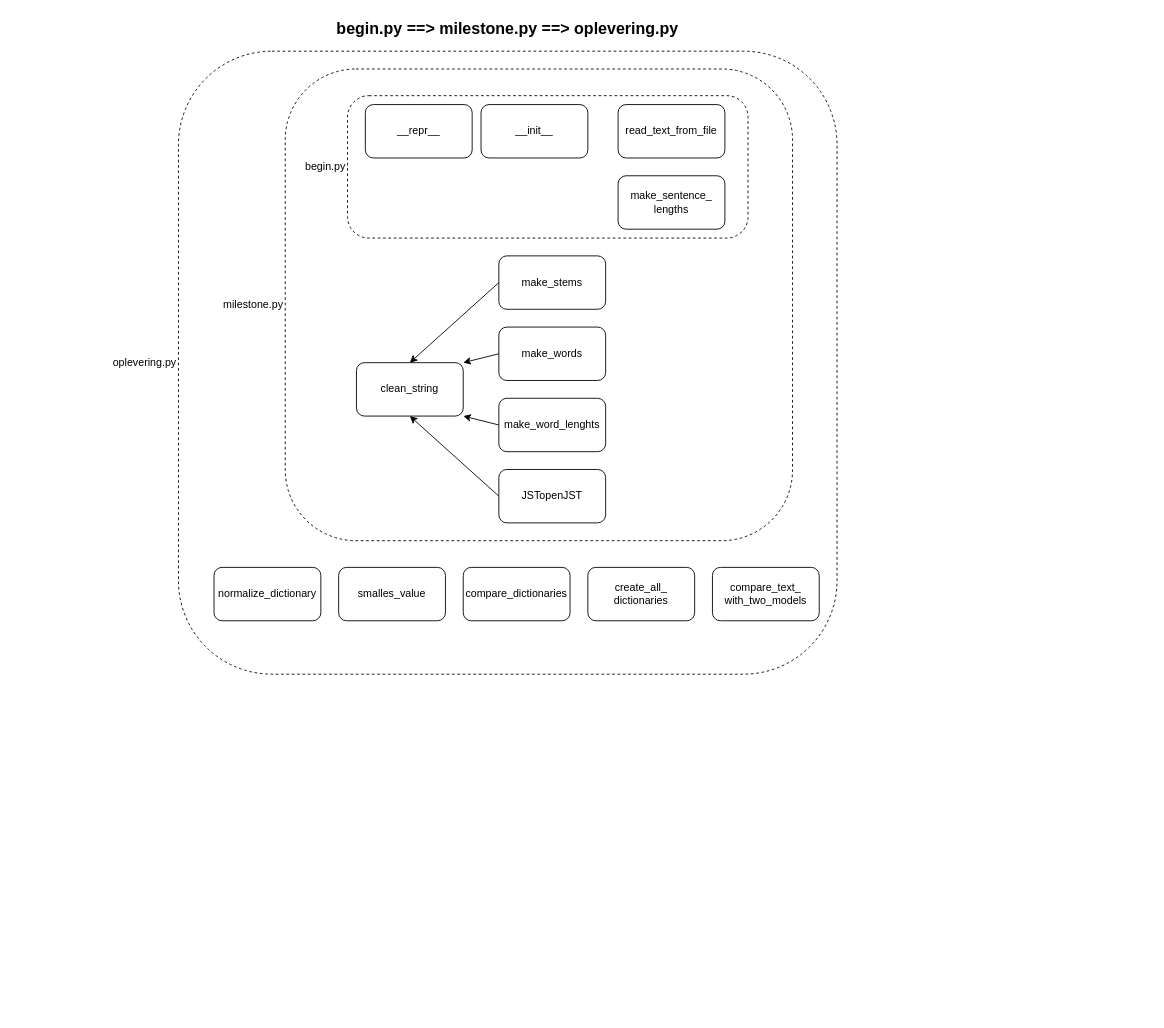
Before: Documentatie/TextID-Oplevering.drawio in stobbej/Fall2021LeergangProgrammerenTextID, a draw.io diagram. Source tidied: cells renumbered, new cells numbered last; positions are measured from the earlier drawing's top-left corner, leaving out a move shared by most shapes. Both pictures are drawn from the tidied source at 89%, with x=0, y=0 at pixel (178, 15).
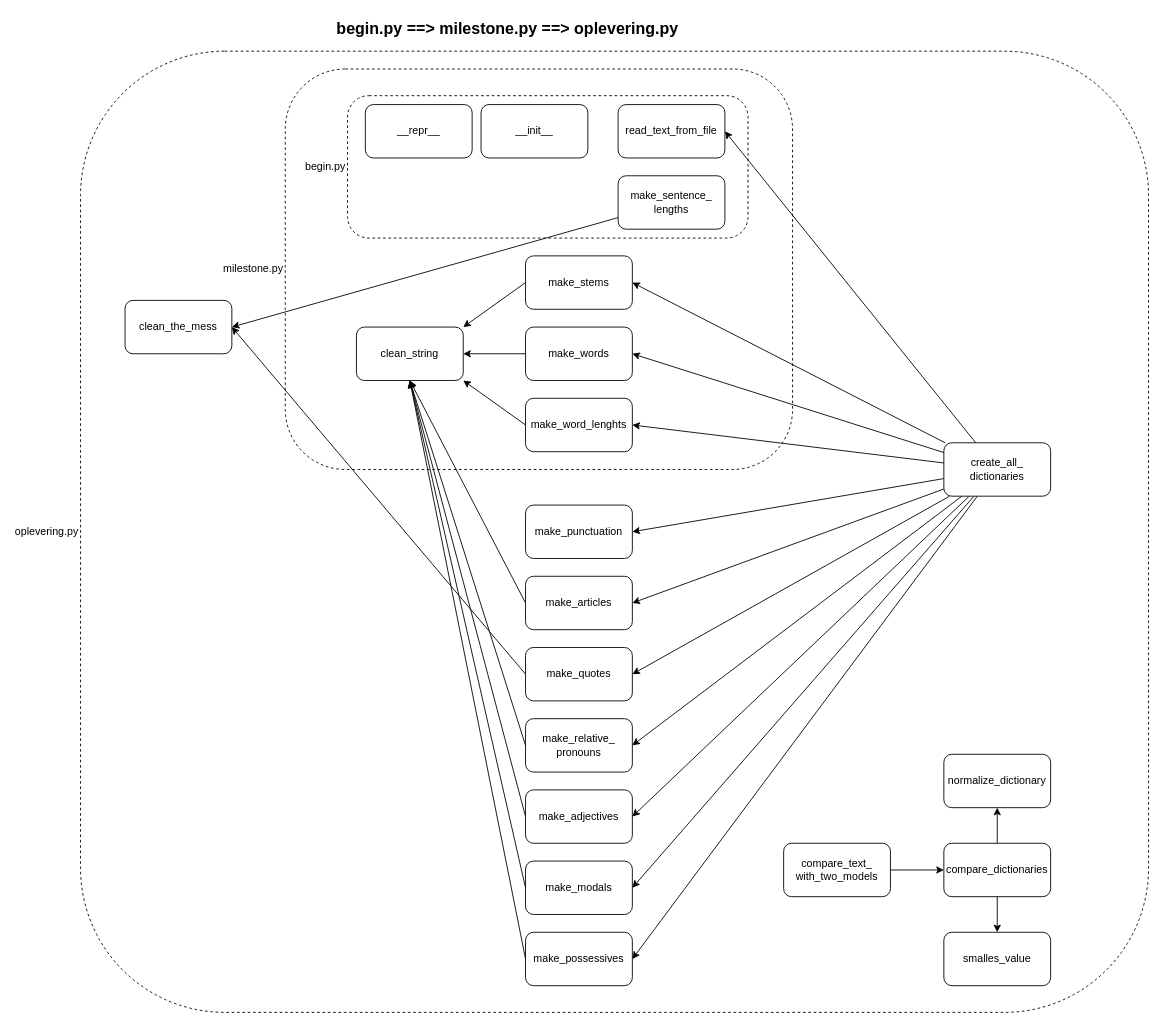
After the change.

Commit message:
View van programma

The change refers to these unchanged cells:
```xml
<mxCell id="19" value="read_text_from_file" style="rounded=1;whiteSpace=wrap;html=1;" parent="17" vertex="1">
  <mxGeometry x="304" y="10" width="120" height="60" as="geometry" />
</mxCell>
<mxCell id="20" value="make_sentence_&lt;br&gt;lengths" style="rounded=1;whiteSpace=wrap;html=1;" parent="17" vertex="1">
  <mxGeometry x="304" y="90" width="120" height="60" as="geometry" />
</mxCell>
```

What changed in the source:
```diff
@@
-    <mxCell id="2" style="group;" parent="1" vertex="1">
-      <mxGeometry width="740" height="740" as="geometry" />
-    </mxCell>
-    <mxCell id="3" style="group;" parent="2" vertex="1">
-      <mxGeometry y="40" width="740" height="700" as="geometry" />
-    </mxCell>
+    <mxCell id="30" style="group;" parent="1" vertex="1">
+      <mxGeometry x="-110" width="1200" height="1120" as="geometry" />
+    </mxCell>
+    <mxCell id="29" value="&lt;b&gt;&lt;font style=&quot;font-size: 18px&quot;&gt;begin.py ==&amp;gt; milestone.py ==&amp;gt; oplevering.py&lt;/font&gt;&lt;/b&gt;" style="text;html=1;strokeColor=none;fillColor=none;align=center;verticalAlign=middle;whiteSpace=wrap;rounded=0;" parent="30" vertex="1">
+      <mxGeometry x="260" width="440" height="30" as="geometry" />
+    </mxCell>
-    <mxCell id="4" value="oplevering.py" style="rounded=1;whiteSpace=wrap;html=1;dashed=1;align=right;verticalAlign=middle;labelPosition=left;verticalLabelPosition=middle;" parent="3" vertex="1">
-      <mxGeometry width="740" height="700" as="geometry" />
+    <mxCell id="4" value="oplevering.py" style="rounded=1;whiteSpace=wrap;html=1;dashed=1;align=right;verticalAlign=middle;labelPosition=left;verticalLabelPosition=middle;" parent="30" vertex="1">
+      <mxGeometry y="40" width="1200" height="1080" as="geometry" />
     </mxCell>
-    <mxCell id="5" style="edgeStyle=orthogonalEdgeStyle;rounded=0;jettySize=auto;html=1;" parent="3" edge="1" source="19">
+    <mxCell id="5" style="edgeStyle=orthogonalEdgeStyle;rounded=0;jettySize=auto;html=1;" parent="30" edge="1" source="19">
       <mxGeometry relative="1" as="geometry">
-        <mxPoint x="590" y="160" as="targetPoint" />
+        <mxPoint x="700" y="200" as="targetPoint" />
       </mxGeometry>
     </mxCell>
-    <mxCell id="6" value="milestone.py" style="rounded=1;whiteSpace=wrap;html=1;dashed=1;align=right;verticalAlign=middle;labelPosition=left;verticalLabelPosition=middle;" parent="3" vertex="1">
-      <mxGeometry x="120" y="20" width="570" height="530" as="geometry" />
+    <mxCell id="6" value="milestone.py" style="rounded=1;whiteSpace=wrap;html=1;dashed=1;align=right;verticalAlign=middle;labelPosition=left;verticalLabelPosition=middle;" parent="30" vertex="1">
+      <mxGeometry x="230" y="60" width="570" height="450" as="geometry" />
     </mxCell>
-    <mxCell id="7" style="group;" parent="3" vertex="1">
-      <mxGeometry x="200" y="230" width="280" height="300" as="geometry" />
-    </mxCell>
-    <mxCell id="8" value="clean_string" style="rounded=1;whiteSpace=wrap;html=1;" parent="7" vertex="1">
-      <mxGeometry y="120" width="120" height="60" as="geometry" />
-    </mxCell>
-    <mxCell id="9" value="make_word_lenghts" style="rounded=1;whiteSpace=wrap;html=1;" parent="7" vertex="1">
-      <mxGeometry x="160" y="160" width="120" height="60" as="geometry" />
-    </mxCell>
-    <mxCell id="10" value="make_words" style="rounded=1;whiteSpace=wrap;html=1;" parent="7" vertex="1">
-      <mxGeometry x="160" y="80" width="120" height="60" as="geometry" />
-    </mxCell>
-    <mxCell id="11" value="make_stems" style="rounded=1;whiteSpace=wrap;html=1;" parent="7" vertex="1">
-      <mxGeometry x="160" width="120" height="60" as="geometry" />
-    </mxCell>
-    <mxCell id="12" value="JSTopenJST" style="rounded=1;whiteSpace=wrap;html=1;" parent="7" vertex="1">
-      <mxGeometry x="160" y="240" width="120" height="60" as="geometry" />
-    </mxCell>
-    <mxCell id="13" style="endArrow=classic;html=1;rounded=0;entryX=0.5;entryY=0;entryDx=0;entryDy=0;exitX=0;exitY=0.5;exitDx=0;exitDy=0;" parent="7" edge="1" source="11" target="8">
-      <mxGeometry relative="1" as="geometry" />
-    </mxCell>
-    <mxCell id="14" style="endArrow=classic;html=1;rounded=0;entryX=1;entryY=0;entryDx=0;entryDy=0;exitX=0;exitY=0.5;exitDx=0;exitDy=0;" parent="7" edge="1" source="10" target="8">
-      <mxGeometry relative="1" as="geometry" />
-    </mxCell>
-    <mxCell id="15" style="endArrow=classic;html=1;rounded=0;entryX=1;entryY=1;entryDx=0;entryDy=0;exitX=0;exitY=0.5;exitDx=0;exitDy=0;" parent="7" edge="1" source="9" target="8">
-      <mxGeometry relative="1" as="geometry" />
-    </mxCell>
-    <mxCell id="16" style="endArrow=classic;html=1;rounded=0;entryX=0.5;entryY=1;entryDx=0;entryDy=0;exitX=0;exitY=0.5;exitDx=0;exitDy=0;" parent="7" edge="1" source="12" target="8">
-      <mxGeometry relative="1" as="geometry" />
-    </mxCell>
-    <mxCell id="17" style="group;" parent="3" vertex="1">
-      <mxGeometry x="190" y="50" width="450" height="160" as="geometry" />
+    <mxCell id="17" style="group;" parent="30" vertex="1">
+      <mxGeometry x="300" y="90" width="450" height="160" as="geometry" />
     </mxCell>
@@
-    <mxCell id="23" style="group;" parent="3" vertex="1">
-      <mxGeometry x="40" y="580" width="680" height="60" as="geometry" />
-    </mxCell>
+    <mxCell id="31" value="clean_the_mess" style="rounded=1;whiteSpace=wrap;html=1;" parent="30" vertex="1">
+      <mxGeometry x="50" y="320" width="120" height="60" as="geometry" />
+    </mxCell>
+    <mxCell id="8" value="clean_string" style="rounded=1;whiteSpace=wrap;html=1;" parent="30" vertex="1">
+      <mxGeometry x="310" y="350" width="120" height="60" as="geometry" />
+    </mxCell>
+    <mxCell id="9" value="make_word_lenghts" style="rounded=1;whiteSpace=wrap;html=1;" parent="30" vertex="1">
+      <mxGeometry x="500" y="430" width="120" height="60" as="geometry" />
+    </mxCell>
+    <mxCell id="10" value="make_words" style="rounded=1;whiteSpace=wrap;html=1;" parent="30" vertex="1">
+      <mxGeometry x="500" y="350" width="120" height="60" as="geometry" />
+    </mxCell>
+    <mxCell id="11" value="make_stems" style="rounded=1;whiteSpace=wrap;html=1;" parent="30" vertex="1">
+      <mxGeometry x="500" y="270" width="120" height="60" as="geometry" />
+    </mxCell>
+    <mxCell id="13" style="endArrow=classic;html=1;rounded=0;entryX=1;entryY=0;entryDx=0;entryDy=0;exitX=0;exitY=0.5;exitDx=0;exitDy=0;" parent="30" edge="1" source="11" target="8">
+      <mxGeometry relative="1" as="geometry" />
+    </mxCell>
+    <mxCell id="14" style="endArrow=classic;html=1;rounded=0;entryX=1;entryY=0.5;entryDx=0;entryDy=0;exitX=0;exitY=0.5;exitDx=0;exitDy=0;" parent="30" edge="1" source="10" target="8">
+      <mxGeometry relative="1" as="geometry" />
+    </mxCell>
+    <mxCell id="15" style="endArrow=classic;html=1;rounded=0;entryX=1;entryY=1;entryDx=0;entryDy=0;exitX=0;exitY=0.5;exitDx=0;exitDy=0;" parent="30" edge="1" source="9" target="8">
+      <mxGeometry relative="1" as="geometry" />
+    </mxCell>
+    <mxCell id="32" value="make_punctuation" style="rounded=1;whiteSpace=wrap;html=1;" parent="30" vertex="1">
+      <mxGeometry x="500" y="550" width="120" height="60" as="geometry" />
+    </mxCell>
+    <mxCell id="33" style="edgeStyle=none;html=1;entryX=0.5;entryY=1;entryDx=0;entryDy=0;exitX=0;exitY=0.5;exitDx=0;exitDy=0;" parent="30" edge="1" source="34" target="8">
+      <mxGeometry relative="1" as="geometry" />
+    </mxCell>
+    <mxCell id="34" value="make_articles" style="rounded=1;whiteSpace=wrap;html=1;" parent="30" vertex="1">
+      <mxGeometry x="500" y="630" width="120" height="60" as="geometry" />
+    </mxCell>
+    <mxCell id="35" style="edgeStyle=none;html=1;entryX=1;entryY=0.5;entryDx=0;entryDy=0;exitX=0;exitY=0.5;exitDx=0;exitDy=0;" parent="30" edge="1" source="36" target="31">
+      <mxGeometry relative="1" as="geometry" />
+    </mxCell>
+    <mxCell id="36" value="make_quotes" style="rounded=1;whiteSpace=wrap;html=1;" parent="30" vertex="1">
+      <mxGeometry x="500" y="710" width="120" height="60" as="geometry" />
+    </mxCell>
+    <mxCell id="37" style="edgeStyle=none;html=1;entryX=0.5;entryY=1;entryDx=0;entryDy=0;exitX=0;exitY=0.5;exitDx=0;exitDy=0;" parent="30" edge="1" source="38" target="8">
+      <mxGeometry relative="1" as="geometry" />
+    </mxCell>
+    <mxCell id="38" value="make_relative_ pronouns" style="rounded=1;whiteSpace=wrap;html=1;" parent="30" vertex="1">
+      <mxGeometry x="500" y="790" width="120" height="60" as="geometry" />
+    </mxCell>
+    <mxCell id="39" style="edgeStyle=none;html=1;entryX=0.5;entryY=1;entryDx=0;entryDy=0;exitX=0;exitY=0.5;exitDx=0;exitDy=0;" parent="30" edge="1" source="40" target="8">
+      <mxGeometry relative="1" as="geometry" />
+    </mxCell>
+    <mxCell id="40" value="make_adjectives" style="rounded=1;whiteSpace=wrap;html=1;" parent="30" vertex="1">
+      <mxGeometry x="500" y="870" width="120" height="60" as="geometry" />
+    </mxCell>
+    <mxCell id="41" style="edgeStyle=none;html=1;entryX=0.5;entryY=1;entryDx=0;entryDy=0;exitX=0;exitY=0.5;exitDx=0;exitDy=0;" parent="30" edge="1" source="42" target="8">
+      <mxGeometry relative="1" as="geometry" />
+    </mxCell>
+    <mxCell id="42" value="make_modals" style="rounded=1;whiteSpace=wrap;html=1;" parent="30" vertex="1">
+      <mxGeometry x="500" y="950" width="120" height="60" as="geometry" />
+    </mxCell>
+    <mxCell id="43" style="edgeStyle=none;html=1;entryX=0.5;entryY=1;entryDx=0;entryDy=0;exitX=0;exitY=0.5;exitDx=0;exitDy=0;" parent="30" edge="1" source="44" target="8">
+      <mxGeometry relative="1" as="geometry" />
+    </mxCell>
+    <mxCell id="44" value="make_possessives" style="rounded=1;whiteSpace=wrap;html=1;" parent="30" vertex="1">
+      <mxGeometry x="500" y="1030" width="120" height="60" as="geometry" />
+    </mxCell>
+    <mxCell id="45" style="edgeStyle=none;html=1;entryX=1;entryY=0.5;entryDx=0;entryDy=0;" parent="30" edge="1" source="27" target="19">
+      <mxGeometry relative="1" as="geometry" />
+    </mxCell>
+    <mxCell id="46" style="edgeStyle=none;html=1;entryX=1;entryY=0.5;entryDx=0;entryDy=0;" parent="30" edge="1" source="27" target="9">
+      <mxGeometry relative="1" as="geometry" />
+    </mxCell>
+    <mxCell id="47" style="edgeStyle=none;html=1;entryX=1;entryY=0.5;entryDx=0;entryDy=0;" parent="30" edge="1" source="27" target="11">
+      <mxGeometry relative="1" as="geometry" />
+    </mxCell>
+    <mxCell id="48" style="edgeStyle=none;html=1;entryX=1;entryY=0.5;entryDx=0;entryDy=0;" parent="30" edge="1" source="27" target="10">
+      <mxGeometry relative="1" as="geometry" />
+    </mxCell>
+    <mxCell id="49" style="edgeStyle=none;html=1;entryX=1;entryY=0.5;entryDx=0;entryDy=0;" parent="30" edge="1" source="27" target="32">
+      <mxGeometry relative="1" as="geometry" />
+    </mxCell>
+    <mxCell id="50" style="edgeStyle=none;html=1;entryX=1;entryY=0.5;entryDx=0;entryDy=0;" parent="30" edge="1" source="27" target="34">
+      <mxGeometry relative="1" as="geometry" />
+    </mxCell>
+    <mxCell id="51" style="edgeStyle=none;html=1;entryX=1;entryY=0.5;entryDx=0;entryDy=0;" parent="30" edge="1" source="27" target="36">
+      <mxGeometry relative="1" as="geometry" />
+    </mxCell>
+    <mxCell id="52" style="edgeStyle=none;html=1;entryX=1;entryY=0.5;entryDx=0;entryDy=0;" parent="30" edge="1" source="27" target="38">
+      <mxGeometry relative="1" as="geometry" />
+    </mxCell>
+    <mxCell id="53" style="edgeStyle=none;html=1;entryX=1;entryY=0.5;entryDx=0;entryDy=0;" parent="30" edge="1" source="27" target="40">
+      <mxGeometry relative="1" as="geometry" />
+    </mxCell>
+    <mxCell id="54" style="edgeStyle=none;html=1;entryX=1;entryY=0.5;entryDx=0;entryDy=0;" parent="30" edge="1" source="27" target="42">
+      <mxGeometry relative="1" as="geometry" />
+    </mxCell>
+    <mxCell id="55" style="edgeStyle=none;html=1;entryX=1;entryY=0.5;entryDx=0;entryDy=0;" parent="30" edge="1" source="27" target="44">
+      <mxGeometry relative="1" as="geometry" />
+    </mxCell>
+    <mxCell id="27" value="create_all_&lt;br&gt;dictionaries" style="rounded=1;whiteSpace=wrap;html=1;" parent="30" vertex="1">
+      <mxGeometry x="970" y="480" width="120" height="60" as="geometry" />
+    </mxCell>
+    <mxCell id="56" style="group;" parent="30" vertex="1">
+      <mxGeometry x="790" y="830" width="300" height="260" as="geometry" />
+    </mxCell>
-    <mxCell id="24" value="normalize_dictionary" style="rounded=1;whiteSpace=wrap;html=1;" parent="23" vertex="1">
-      <mxGeometry width="120" height="60" as="geometry" />
+    <mxCell id="24" value="normalize_dictionary" style="rounded=1;whiteSpace=wrap;html=1;" parent="56" vertex="1">
+      <mxGeometry x="180" width="120" height="60" as="geometry" />
     </mxCell>
-    <mxCell id="25" value="smalles_value" style="rounded=1;whiteSpace=wrap;html=1;" parent="23" vertex="1">
-      <mxGeometry x="140" width="120" height="60" as="geometry" />
+    <mxCell id="25" value="smalles_value" style="rounded=1;whiteSpace=wrap;html=1;" parent="56" vertex="1">
+      <mxGeometry x="180" y="200" width="120" height="60" as="geometry" />
     </mxCell>
+    <mxCell id="57" style="group;" parent="56" vertex="1">
+      <mxGeometry y="100" width="300" height="60" as="geometry" />
+    </mxCell>
-    <mxCell id="26" value="compare_dictionaries" style="rounded=1;whiteSpace=wrap;html=1;" parent="23" vertex="1">
-      <mxGeometry x="280" width="120" height="60" as="geometry" />
+    <mxCell id="26" value="compare_dictionaries" style="rounded=1;whiteSpace=wrap;html=1;" parent="57" vertex="1">
+      <mxGeometry x="180" width="120" height="60" as="geometry" />
     </mxCell>
-    <mxCell id="27" value="create_all_&lt;br&gt;dictionaries" style="rounded=1;whiteSpace=wrap;html=1;" parent="23" vertex="1">
-      <mxGeometry x="420" width="120" height="60" as="geometry" />
-    </mxCell>
+    <mxCell id="58" style="edgeStyle=none;html=1;entryX=0;entryY=0.5;entryDx=0;entryDy=0;" parent="57" edge="1" source="28" target="26">
+      <mxGeometry relative="1" as="geometry" />
+    </mxCell>
-    <mxCell id="28" value="compare_text_&lt;br&gt;with_two_models" style="rounded=1;whiteSpace=wrap;html=1;" parent="23" vertex="1">
-      <mxGeometry x="560" width="120" height="60" as="geometry" />
+    <mxCell id="28" value="compare_text_&lt;br&gt;with_two_models" style="rounded=1;whiteSpace=wrap;html=1;" parent="57" vertex="1">
+      <mxGeometry width="120" height="60" as="geometry" />
     </mxCell>
-    <mxCell id="29" value="&lt;b&gt;&lt;font style=&quot;font-size: 18px&quot;&gt;begin.py ==&amp;gt; milestone.py ==&amp;gt; oplevering.py&lt;/font&gt;&lt;/b&gt;" style="text;html=1;strokeColor=none;fillColor=none;align=center;verticalAlign=middle;whiteSpace=wrap;rounded=0;" parent="2" vertex="1">
-      <mxGeometry x="150" width="440" height="30" as="geometry" />
-    </mxCell>
+    <mxCell id="59" style="edgeStyle=none;html=1;entryX=0.5;entryY=1;entryDx=0;entryDy=0;" parent="56" edge="1" source="26" target="24">
+      <mxGeometry relative="1" as="geometry" />
+    </mxCell>
+    <mxCell id="60" style="edgeStyle=none;html=1;entryX=0.5;entryY=0;entryDx=0;entryDy=0;" parent="56" edge="1" source="26" target="25">
+      <mxGeometry relative="1" as="geometry" />
+    </mxCell>
+    <mxCell id="61" style="edgeStyle=none;html=1;entryX=1;entryY=0.5;entryDx=0;entryDy=0;" parent="30" edge="1" source="20" target="31">
+      <mxGeometry relative="1" as="geometry" />
+    </mxCell>
```
